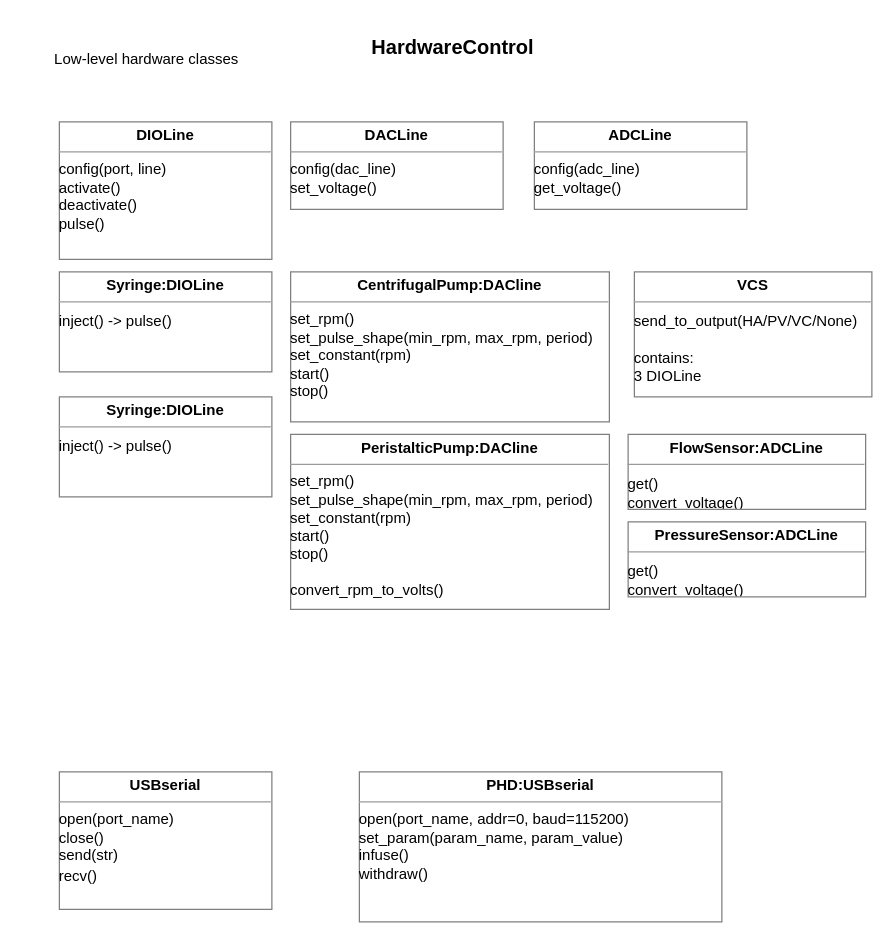
This is page "LowLevelDrivers" (1 of 2) of Documentation/SoftwareArchitecture.drawio from CCR-SOP/OpenSourcePerfusionSystem, a draw.io file, before an edit. Source tidied: cells renumbered, new cells numbered last; positions are measured from the earlier drawing's top-left corner, leaving out a move shared by most shapes. Both pictures are drawn from the tidied source at 125%, with x=0, y=0 at pixel (21, 21).
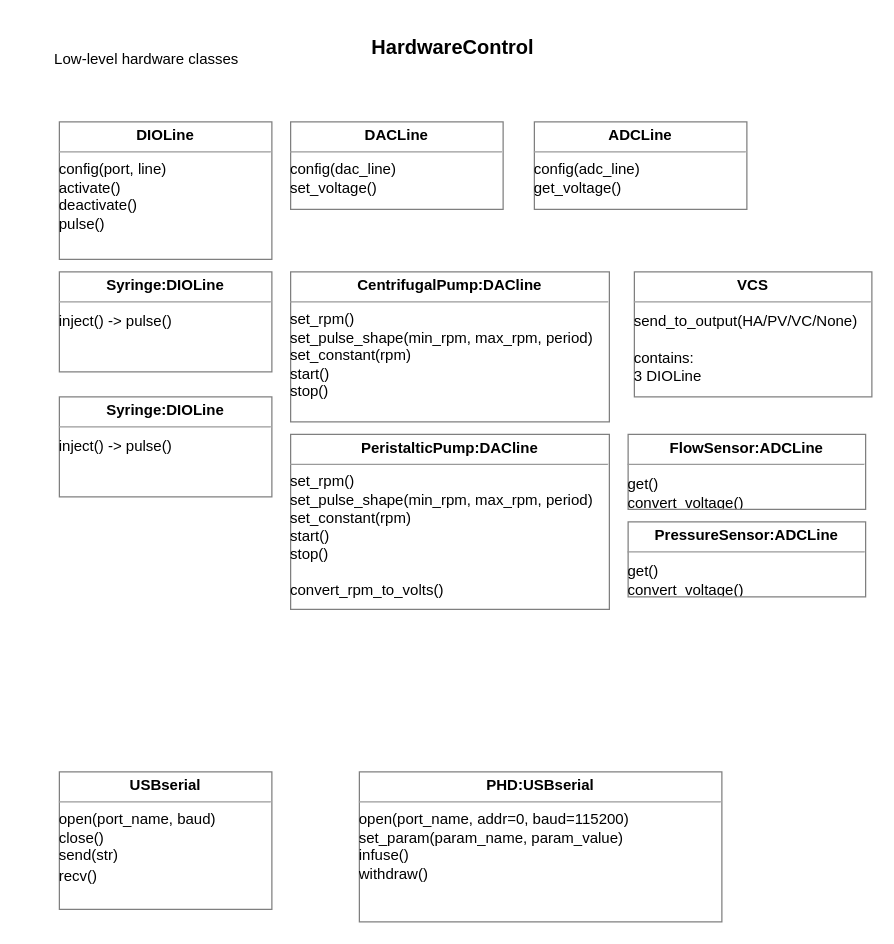
After the change.

Commit message:
few updates to software architecture diagrams

The edit, as a diff of the source:
```diff
@@
 <mxGraphModel>
   <root>
     <mxCell id="0" />
     <mxCell id="1" parent="0" />
     <mxCell id="2" value="&lt;p style=&quot;margin: 0px ; margin-top: 4px ; text-align: center&quot;&gt;&lt;b&gt;Syringe:DIOLine&lt;/b&gt;&lt;/p&gt;&lt;hr size=&quot;1&quot;&gt;&lt;div style=&quot;height: 2px&quot;&gt;&lt;br&gt;&lt;/div&gt;&lt;div style=&quot;height: 2px&quot;&gt;inject() -&amp;gt; pulse()&amp;nbsp;&lt;br&gt;&lt;br&gt;&lt;/div&gt;" style="verticalAlign=top;align=left;overflow=fill;fontSize=12;fontFamily=Helvetica;html=1;labelBackgroundColor=none;fillColor=#FFFFFF;gradientColor=none;opacity=50;" parent="1" vertex="1">
       <mxGeometry x="30" y="200" width="170" height="80" as="geometry" />
     </mxCell>
     <mxCell id="3" value="&lt;p style=&quot;margin: 0px ; margin-top: 4px ; text-align: center&quot;&gt;&lt;b&gt;DIOLine&lt;/b&gt;&lt;/p&gt;&lt;hr size=&quot;1&quot;&gt;config(port, line)&lt;div style=&quot;height: 2px&quot;&gt;activate()&lt;br&gt;deactivate()&lt;br&gt;pulse()&lt;br&gt;&lt;br&gt;&lt;br&gt;&lt;/div&gt;&lt;div style=&quot;height: 2px&quot;&gt;&lt;br&gt;&lt;/div&gt;" style="verticalAlign=top;align=left;overflow=fill;fontSize=12;fontFamily=Helvetica;html=1;labelBackgroundColor=none;fillColor=#FFFFFF;gradientColor=none;opacity=50;" parent="1" vertex="1">
       <mxGeometry x="30" y="80" width="170" height="110" as="geometry" />
     </mxCell>
     <mxCell id="4" value="&lt;p style=&quot;margin: 0px ; margin-top: 4px ; text-align: center&quot;&gt;&lt;b&gt;Syringe:DIOLine&lt;/b&gt;&lt;/p&gt;&lt;hr size=&quot;1&quot;&gt;&lt;div style=&quot;height: 2px&quot;&gt;&lt;br&gt;&lt;/div&gt;&lt;div style=&quot;height: 2px&quot;&gt;inject() -&amp;gt; pulse()&amp;nbsp;&lt;br&gt;&lt;br&gt;&lt;/div&gt;" style="verticalAlign=top;align=left;overflow=fill;fontSize=12;fontFamily=Helvetica;html=1;labelBackgroundColor=none;fillColor=#FFFFFF;gradientColor=none;opacity=50;" parent="1" vertex="1">
       <mxGeometry x="30" y="300" width="170" height="80" as="geometry" />
     </mxCell>
     <mxCell id="5" value="&lt;p style=&quot;margin: 0px ; margin-top: 4px ; text-align: center&quot;&gt;&lt;b&gt;CentrifugalPump:DACline&lt;/b&gt;&lt;/p&gt;&lt;hr size=&quot;1&quot;&gt;&lt;div style=&quot;height: 2px&quot;&gt;set_rpm()&lt;br&gt;set_pulse_shape(min_rpm, max_rpm, period)&lt;br&gt;set_constant(rpm)&lt;br&gt;start()&lt;br&gt;stop()&lt;br&gt;&lt;br&gt;convert_rpm_to_volts()&lt;br&gt;&lt;/div&gt;&lt;div style=&quot;height: 2px&quot;&gt;&lt;br&gt;&lt;/div&gt;" style="verticalAlign=top;align=left;overflow=fill;fontSize=12;fontFamily=Helvetica;html=1;labelBackgroundColor=none;fillColor=#FFFFFF;gradientColor=none;opacity=50;" parent="1" vertex="1">
       <mxGeometry x="215" y="200" width="255" height="120" as="geometry" />
     </mxCell>
     <mxCell id="6" value="&lt;p style=&quot;margin: 0px ; margin-top: 4px ; text-align: center&quot;&gt;&lt;b&gt;DACLine&lt;/b&gt;&lt;/p&gt;&lt;hr size=&quot;1&quot;&gt;&lt;div style=&quot;height: 2px&quot;&gt;config(dac_line)&lt;br&gt;set_voltage()&lt;/div&gt;&lt;div style=&quot;height: 2px&quot;&gt;&lt;br&gt;&lt;/div&gt;" style="verticalAlign=top;align=left;overflow=fill;fontSize=12;fontFamily=Helvetica;html=1;labelBackgroundColor=none;fillColor=#FFFFFF;gradientColor=none;opacity=50;" parent="1" vertex="1">
       <mxGeometry x="215" y="80" width="170" height="70" as="geometry" />
     </mxCell>
     <mxCell id="7" value="&lt;p style=&quot;margin: 0px ; margin-top: 4px ; text-align: center&quot;&gt;&lt;b&gt;PeristalticPump:DACline&lt;/b&gt;&lt;/p&gt;&lt;hr size=&quot;1&quot;&gt;&lt;div style=&quot;height: 2px&quot;&gt;set_rpm()&lt;br&gt;set_pulse_shape(min_rpm, max_rpm, period)&lt;br&gt;set_constant(rpm)&lt;br&gt;start()&lt;br&gt;stop()&lt;br&gt;&lt;br&gt;convert_rpm_to_volts()&lt;br&gt;&lt;/div&gt;&lt;div style=&quot;height: 2px&quot;&gt;&lt;br&gt;&lt;/div&gt;" style="verticalAlign=top;align=left;overflow=fill;fontSize=12;fontFamily=Helvetica;html=1;labelBackgroundColor=none;fillColor=#FFFFFF;gradientColor=none;opacity=50;" parent="1" vertex="1">
       <mxGeometry x="215" y="330" width="255" height="140" as="geometry" />
     </mxCell>
     <mxCell id="8" value="&lt;p style=&quot;margin: 0px ; margin-top: 4px ; text-align: center&quot;&gt;&lt;b&gt;VCS&lt;/b&gt;&lt;/p&gt;&lt;hr size=&quot;1&quot;&gt;&lt;div style=&quot;height: 2px&quot;&gt;&lt;br&gt;&lt;/div&gt;&lt;div style=&quot;height: 2px&quot;&gt;send_to_output(HA/PV/VC/None)&lt;br&gt;&lt;br&gt;contains:&lt;br&gt;3 DIOLine&lt;/div&gt;" style="verticalAlign=top;align=left;overflow=fill;fontSize=12;fontFamily=Helvetica;html=1;labelBackgroundColor=none;fillColor=#FFFFFF;gradientColor=none;opacity=50;" parent="1" vertex="1">
       <mxGeometry x="490" y="200" width="190" height="100" as="geometry" />
     </mxCell>
     <mxCell id="9" value="&lt;p style=&quot;margin: 0px ; margin-top: 4px ; text-align: center&quot;&gt;&lt;b&gt;FlowSensor:ADCLine&lt;/b&gt;&lt;/p&gt;&lt;hr size=&quot;1&quot;&gt;&lt;div style=&quot;height: 2px&quot;&gt;&lt;br&gt;&lt;/div&gt;&lt;div style=&quot;height: 2px&quot;&gt;get()&lt;br&gt;convert_voltage()&lt;br&gt;&lt;br&gt;&lt;/div&gt;" style="verticalAlign=top;align=left;overflow=fill;fontSize=12;fontFamily=Helvetica;html=1;labelBackgroundColor=none;fillColor=#FFFFFF;gradientColor=none;opacity=50;" parent="1" vertex="1">
       <mxGeometry x="485" y="330" width="190" height="60" as="geometry" />
     </mxCell>
     <mxCell id="10" value="&lt;p style=&quot;margin: 0px ; margin-top: 4px ; text-align: center&quot;&gt;&lt;b&gt;ADCLine&lt;/b&gt;&lt;/p&gt;&lt;hr size=&quot;1&quot;&gt;&lt;div style=&quot;height: 2px&quot;&gt;config(adc_line)&lt;br&gt;get_voltage()&lt;/div&gt;&lt;div style=&quot;height: 2px&quot;&gt;&lt;br&gt;&lt;/div&gt;" style="verticalAlign=top;align=left;overflow=fill;fontSize=12;fontFamily=Helvetica;html=1;labelBackgroundColor=none;fillColor=#FFFFFF;gradientColor=none;opacity=50;" parent="1" vertex="1">
       <mxGeometry x="410" y="80" width="170" height="70" as="geometry" />
     </mxCell>
     <mxCell id="11" value="&lt;p style=&quot;margin: 0px ; margin-top: 4px ; text-align: center&quot;&gt;&lt;b&gt;PressureSensor:ADCLine&lt;/b&gt;&lt;/p&gt;&lt;hr size=&quot;1&quot;&gt;&lt;div style=&quot;height: 2px&quot;&gt;&lt;br&gt;&lt;/div&gt;&lt;div style=&quot;height: 2px&quot;&gt;get()&lt;br&gt;convert_voltage()&lt;br&gt;&lt;br&gt;&lt;/div&gt;" style="verticalAlign=top;align=left;overflow=fill;fontSize=12;fontFamily=Helvetica;html=1;labelBackgroundColor=none;fillColor=#FFFFFF;gradientColor=none;opacity=50;" parent="1" vertex="1">
       <mxGeometry x="485" y="400" width="190" height="60" as="geometry" />
     </mxCell>
     <mxCell id="12" value="&lt;b&gt;&lt;font style=&quot;font-size: 16px&quot;&gt;HardwareControl&lt;/font&gt;&lt;/b&gt;" style="text;html=1;strokeColor=none;fillColor=none;align=center;verticalAlign=middle;whiteSpace=wrap;rounded=0;labelBackgroundColor=none;fontSize=12;fontColor=#000000;opacity=50;" parent="1" vertex="1">
       <mxGeometry x="250" width="190" height="40" as="geometry" />
     </mxCell>
     <mxCell id="13" value="Low-level hardware classes" style="text;html=1;strokeColor=none;fillColor=none;align=center;verticalAlign=middle;whiteSpace=wrap;rounded=0;" parent="1" vertex="1">
       <mxGeometry y="20" width="200" height="20" as="geometry" />
     </mxCell>
-    <mxCell id="14" value="&lt;p style=&quot;margin: 0px ; margin-top: 4px ; text-align: center&quot;&gt;&lt;b&gt;USBserial&lt;/b&gt;&lt;/p&gt;&lt;hr size=&quot;1&quot;&gt;open(port_name)&lt;br&gt;close()&lt;br&gt;&lt;div style=&quot;height: 2px&quot;&gt;send(str)&lt;/div&gt;&lt;div style=&quot;height: 2px&quot;&gt;&lt;br&gt;recv()&lt;/div&gt;&lt;div style=&quot;height: 2px&quot;&gt;&lt;br&gt;&lt;/div&gt;&lt;div style=&quot;height: 2px&quot;&gt;&lt;br&gt;&lt;/div&gt;" style="verticalAlign=top;align=left;overflow=fill;fontSize=12;fontFamily=Helvetica;html=1;labelBackgroundColor=none;fillColor=#FFFFFF;gradientColor=none;opacity=50;" parent="1" vertex="1">
+    <mxCell id="14" value="&lt;p style=&quot;margin: 0px ; margin-top: 4px ; text-align: center&quot;&gt;&lt;b&gt;USBserial&lt;/b&gt;&lt;/p&gt;&lt;hr size=&quot;1&quot;&gt;open(port_name, baud)&lt;br&gt;close()&lt;br&gt;&lt;div style=&quot;height: 2px&quot;&gt;send(str)&lt;/div&gt;&lt;div style=&quot;height: 2px&quot;&gt;&lt;br&gt;recv()&lt;/div&gt;&lt;div style=&quot;height: 2px&quot;&gt;&lt;br&gt;&lt;/div&gt;&lt;div style=&quot;height: 2px&quot;&gt;&lt;br&gt;&lt;/div&gt;" style="verticalAlign=top;align=left;overflow=fill;fontSize=12;fontFamily=Helvetica;html=1;labelBackgroundColor=none;fillColor=#FFFFFF;gradientColor=none;opacity=50;" parent="1" vertex="1">
       <mxGeometry x="30" y="600" width="170" height="110" as="geometry" />
     </mxCell>
     <mxCell id="15" value="&lt;p style=&quot;margin: 0px ; margin-top: 4px ; text-align: center&quot;&gt;&lt;b&gt;PHD:USBserial&lt;/b&gt;&lt;/p&gt;&lt;hr size=&quot;1&quot;&gt;open(port_name, addr=0, baud=115200)&lt;br&gt;set_param(param_name, param_value)&lt;br&gt;infuse()&lt;br&gt;withdraw()" style="verticalAlign=top;align=left;overflow=fill;fontSize=12;fontFamily=Helvetica;html=1;labelBackgroundColor=none;fillColor=#FFFFFF;gradientColor=none;opacity=50;" parent="1" vertex="1">
       <mxGeometry x="270" y="600" width="290" height="120" as="geometry" />
     </mxCell>
   </root>
 </mxGraphModel>
```
